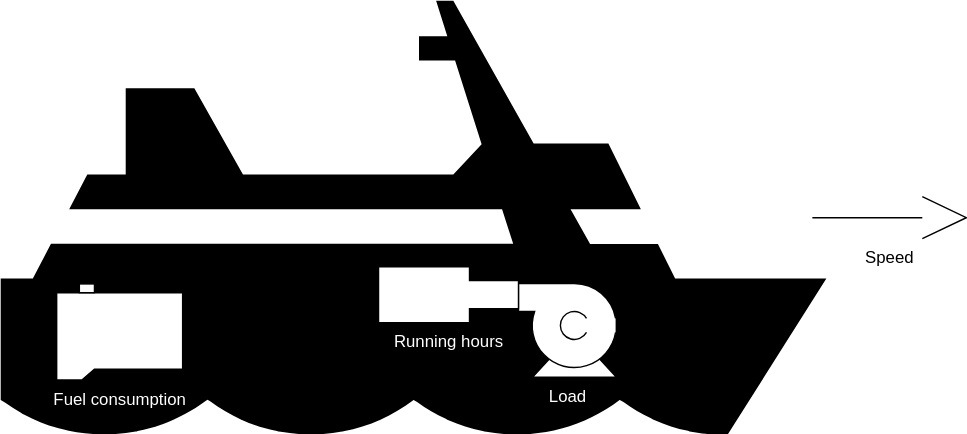
This is shipinfo.svg from ch1stya/grafana, a draw.io export, as it was before one commit. Source tidied: cells renumbered, new cells last; positions are measured from the earlier drawing's top-left corner, leaving out a move shared by most shapes.
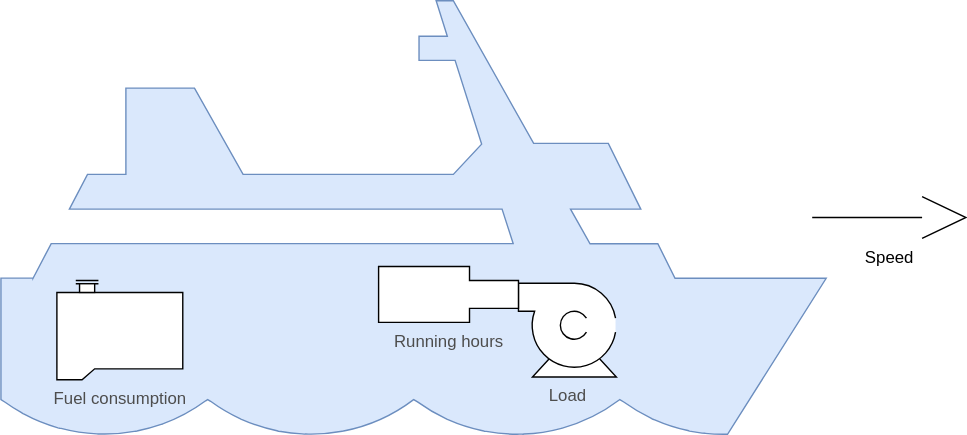
After the change.

What changed in the source:
```diff
@@ -2,19 +2,19 @@
   <root>
     <mxCell id="0" />
     <mxCell id="1" parent="0" />
-    <mxCell id="2" style="shape=mxgraph.signs.transportation.ship_1;html=1;fillColor=#000000;strokeColor=none;verticalLabelPosition=bottom;verticalAlign=top;align=center;sketch=0;flipH=1;" parent="1" vertex="1">
+    <mxCell id="2" style="shape=mxgraph.signs.transportation.ship_1;html=1;verticalLabelPosition=bottom;verticalAlign=top;align=center;sketch=0;flipH=1;fillColor=#dae8fc;strokeColor=#6c8ebf;" parent="1" vertex="1">
       <mxGeometry width="590" height="310" as="geometry" />
     </mxCell>
-    <mxCell id="3" value="&lt;font style=&quot;color: rgb(255, 255, 255);&quot;&gt;Fuel consumption&lt;/font&gt;" style="shape=mxgraph.pid.vessels.tank_(boot);html=1;align=center;verticalLabelPosition=bottom;verticalAlign=top;dashed=0;flipH=1;" parent="1" vertex="1">
+    <mxCell id="3" value="&lt;font style=&quot;color: rgb(77, 77, 77);&quot;&gt;Fuel consumption&lt;/font&gt;" style="shape=mxgraph.pid.vessels.tank_(boot);html=1;align=center;verticalLabelPosition=bottom;verticalAlign=top;dashed=0;flipH=1;" parent="1" vertex="1">
       <mxGeometry x="40" y="200" width="90" height="71" as="geometry" />
     </mxCell>
     <mxCell id="4" value="Speed" style="verticalLabelPosition=bottom;align=center;dashed=0;html=1;verticalAlign=top;shape=mxgraph.pid.fittings.vent;direction=south;" parent="1" vertex="1">
       <mxGeometry x="580" y="140" width="110" height="30" as="geometry" />
     </mxCell>
-    <mxCell id="5" value="&lt;font style=&quot;color: rgb(255, 255, 255);&quot;&gt;Load&lt;/font&gt;" style="shape=mxgraph.pid.pumps.centrifugal_pump_3;html=1;align=center;verticalLabelPosition=bottom;verticalAlign=top;dashed=0;" parent="1" vertex="1">
+    <mxCell id="5" value="&lt;font style=&quot;color: rgb(77, 77, 77);&quot;&gt;Load&lt;/font&gt;" style="shape=mxgraph.pid.pumps.centrifugal_pump_3;html=1;align=center;verticalLabelPosition=bottom;verticalAlign=top;dashed=0;" parent="1" vertex="1">
       <mxGeometry x="370" y="202" width="70" height="67" as="geometry" />
     </mxCell>
-    <mxCell id="6" value="&lt;font style=&quot;color: rgb(255, 255, 255);&quot;&gt;Running hours&lt;/font&gt;" style="shape=mxgraph.pid.pumps.feed_pump;html=1;align=center;verticalLabelPosition=bottom;verticalAlign=top;dashed=0;" parent="1" vertex="1">
+    <mxCell id="6" value="&lt;font style=&quot;color: rgb(77, 77, 77);&quot;&gt;Running hours&lt;/font&gt;" style="shape=mxgraph.pid.pumps.feed_pump;html=1;align=center;verticalLabelPosition=bottom;verticalAlign=top;dashed=0;" parent="1" vertex="1">
       <mxGeometry x="270" y="190" width="100" height="40" as="geometry" />
     </mxCell>
   </root>
```
